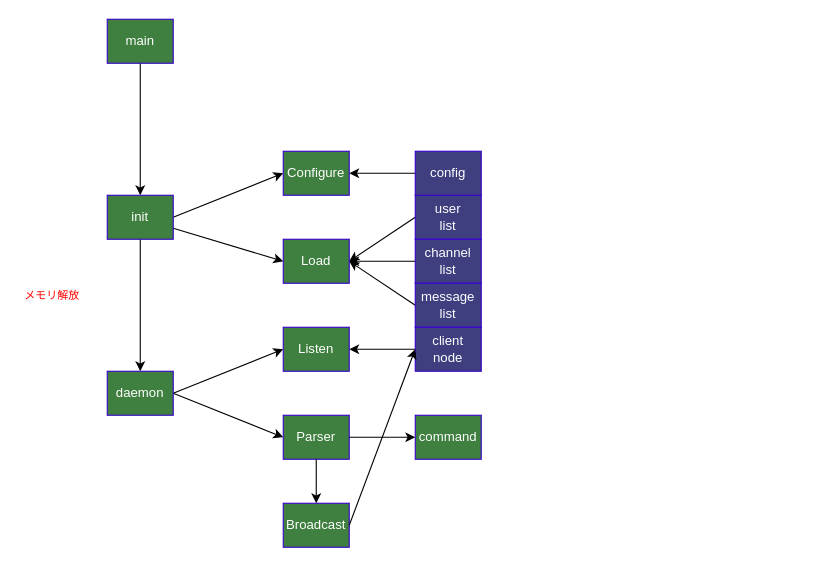
Before: page "Flow" (4 of 5) of design/irc_design.drawio in yunixuma/myIRC, a draw.io diagram. Source tidied: cells renumbered, new cells numbered last; positions are measured from the earlier drawing's top-left corner, leaving out a move shared by most shapes. Both pictures are drawn from the tidied source at 110%, with x=0, y=0 at pixel (19, 19).
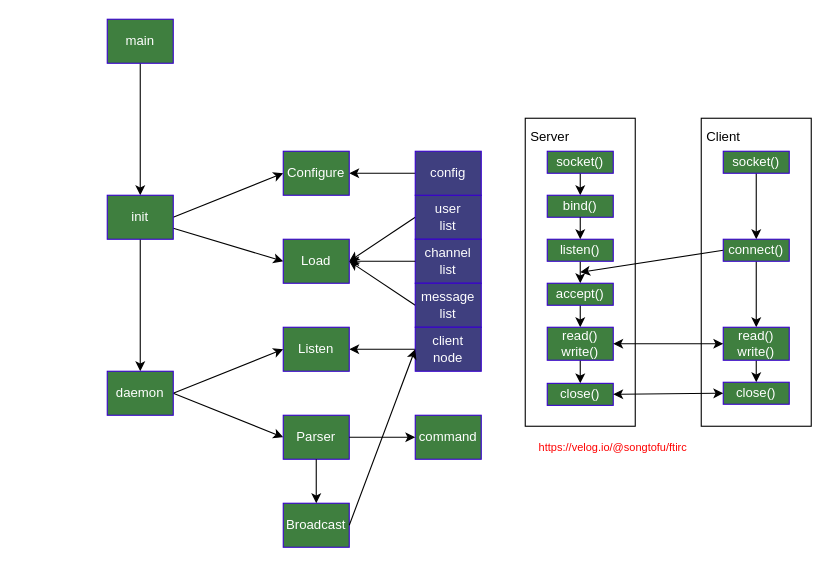
Above is the later version.

Diff of the diagram source:
```diff
@@
+    <mxCell id="31" value="Client" style="labelPosition=center;verticalLabelPosition=middle;align=left;verticalAlign=top;spacingTop=0;spacingLeft=0;spacingRight=0;spacing=5;" parent="1" vertex="1">
+      <mxGeometry x="620" y="90" width="100" height="280" as="geometry" />
+    </mxCell>
+    <mxCell id="32" value="Server" style="labelPosition=center;verticalLabelPosition=middle;align=left;verticalAlign=top;spacingTop=0;spacingLeft=0;spacingRight=0;spacing=5;" parent="1" vertex="1">
+      <mxGeometry x="460" y="90" width="100" height="280" as="geometry" />
+    </mxCell>
@@
-    <mxCell id="5" value="メモリ解放" style="rounded=0;whiteSpace=wrap;html=1;fillColor=none;strokeColor=none;fontSize=10;fontColor=#FF0000;" parent="1" vertex="1">
-      <mxGeometry y="240" width="60" height="22" as="geometry" />
+    <mxCell id="5" value="https://velog.io/@songtofu/ftirc" style="rounded=0;whiteSpace=wrap;html=1;fillColor=none;strokeColor=none;fontSize=10;fontColor=#FF0000;" parent="1" vertex="1">
+      <mxGeometry x="460" y="378" width="160" height="22" as="geometry" />
     </mxCell>
@@
+    <mxCell id="33" style="edgeStyle=none;html=1;exitX=0.5;exitY=1;exitDx=0;exitDy=0;entryX=0.5;entryY=0;entryDx=0;entryDy=0;" parent="1" edge="1" source="43" target="45">
+      <mxGeometry relative="1" as="geometry" />
+    </mxCell>
+    <mxCell id="34" style="edgeStyle=none;html=1;entryX=0.5;entryY=0;entryDx=0;entryDy=0;exitX=0.5;exitY=1;exitDx=0;exitDy=0;" parent="1" edge="1" source="39" target="48">
+      <mxGeometry relative="1" as="geometry" />
+    </mxCell>
+    <mxCell id="35" style="edgeStyle=none;html=1;exitX=0;exitY=0.5;exitDx=0;exitDy=0;" parent="1" edge="1" source="48">
+      <mxGeometry relative="1" as="geometry">
+        <mxPoint x="510" y="230" as="targetPoint" />
+      </mxGeometry>
+    </mxCell>
+    <mxCell id="36" style="edgeStyle=none;html=1;exitX=0.5;exitY=1;exitDx=0;exitDy=0;entryX=0.5;entryY=0;entryDx=0;entryDy=0;" parent="1" edge="1" source="49" target="50">
+      <mxGeometry relative="1" as="geometry" />
+    </mxCell>
+    <mxCell id="37" style="edgeStyle=none;html=1;exitX=0.5;exitY=1;exitDx=0;exitDy=0;entryX=0.5;entryY=0;entryDx=0;entryDy=0;" parent="1" edge="1" source="38" target="40">
+      <mxGeometry relative="1" as="geometry" />
+    </mxCell>
+    <mxCell id="38" value="socket()" style="rounded=0;whiteSpace=wrap;html=1;fillColor=#3F7F3F;fontColor=#ffffff;strokeColor=#3700CC;" parent="1" vertex="1">
+      <mxGeometry x="480" y="120" width="60" height="20" as="geometry" />
+    </mxCell>
+    <mxCell id="39" value="socket()" style="rounded=0;whiteSpace=wrap;html=1;fillColor=#3F7F3F;fontColor=#ffffff;strokeColor=#3700CC;" parent="1" vertex="1">
+      <mxGeometry x="640" y="120" width="60" height="20" as="geometry" />
+    </mxCell>
+    <mxCell id="40" value="bind()" style="rounded=0;whiteSpace=wrap;html=1;fillColor=#3F7F3F;fontColor=#ffffff;strokeColor=#3700CC;" parent="1" vertex="1">
+      <mxGeometry x="480" y="160" width="60" height="20" as="geometry" />
+    </mxCell>
+    <mxCell id="41" style="edgeStyle=none;html=1;exitX=0.5;exitY=1;exitDx=0;exitDy=0;entryX=0.5;entryY=0;entryDx=0;entryDy=0;" parent="1" edge="1" source="42" target="43">
+      <mxGeometry relative="1" as="geometry" />
+    </mxCell>
+    <mxCell id="42" value="listen()" style="rounded=0;whiteSpace=wrap;html=1;fillColor=#3F7F3F;fontColor=#ffffff;strokeColor=#3700CC;" parent="1" vertex="1">
+      <mxGeometry x="480" y="200" width="60" height="20" as="geometry" />
+    </mxCell>
+    <mxCell id="43" value="accept()" style="rounded=0;whiteSpace=wrap;html=1;fillColor=#3F7F3F;fontColor=#ffffff;strokeColor=#3700CC;" parent="1" vertex="1">
+      <mxGeometry x="480" y="240" width="60" height="20" as="geometry" />
+    </mxCell>
+    <mxCell id="44" style="edgeStyle=none;html=1;exitX=0.5;exitY=1;exitDx=0;exitDy=0;entryX=0.5;entryY=0;entryDx=0;entryDy=0;" parent="1" edge="1" source="45" target="46">
+      <mxGeometry relative="1" as="geometry" />
+    </mxCell>
+    <mxCell id="45" value="read()&lt;br&gt;write()" style="rounded=0;whiteSpace=wrap;html=1;fillColor=#3F7F3F;fontColor=#ffffff;strokeColor=#3700CC;" parent="1" vertex="1">
+      <mxGeometry x="480" y="280" width="60" height="30" as="geometry" />
+    </mxCell>
+    <mxCell id="46" value="close()" style="rounded=0;whiteSpace=wrap;html=1;fillColor=#3F7F3F;fontColor=#ffffff;strokeColor=#3700CC;" parent="1" vertex="1">
+      <mxGeometry x="480" y="331" width="60" height="20" as="geometry" />
+    </mxCell>
+    <mxCell id="47" style="edgeStyle=none;html=1;exitX=0.5;exitY=1;exitDx=0;exitDy=0;entryX=0.5;entryY=0;entryDx=0;entryDy=0;" parent="1" edge="1" source="48" target="49">
+      <mxGeometry relative="1" as="geometry" />
+    </mxCell>
+    <mxCell id="48" value="connect()" style="rounded=0;whiteSpace=wrap;html=1;fillColor=#3F7F3F;fontColor=#ffffff;strokeColor=#3700CC;" parent="1" vertex="1">
+      <mxGeometry x="640" y="200" width="60" height="20" as="geometry" />
+    </mxCell>
+    <mxCell id="49" value="read()&lt;br&gt;write()" style="rounded=0;whiteSpace=wrap;html=1;fillColor=#3F7F3F;fontColor=#ffffff;strokeColor=#3700CC;" parent="1" vertex="1">
+      <mxGeometry x="640" y="280" width="60" height="30" as="geometry" />
+    </mxCell>
+    <mxCell id="50" value="close()" style="rounded=0;whiteSpace=wrap;html=1;fillColor=#3F7F3F;fontColor=#ffffff;strokeColor=#3700CC;" parent="1" vertex="1">
+      <mxGeometry x="640" y="330" width="60" height="20" as="geometry" />
+    </mxCell>
+    <mxCell id="51" style="edgeStyle=none;html=1;exitX=0.5;exitY=1;exitDx=0;exitDy=0;entryX=0.5;entryY=0;entryDx=0;entryDy=0;" parent="1" edge="1" source="40" target="42">
+      <mxGeometry relative="1" as="geometry" />
+    </mxCell>
+    <mxCell id="52" style="edgeStyle=none;html=1;exitX=0;exitY=0.5;exitDx=0;exitDy=0;entryX=1;entryY=0.5;entryDx=0;entryDy=0;startArrow=classic;startFill=1;" parent="1" edge="1" source="49" target="45">
+      <mxGeometry relative="1" as="geometry" />
+    </mxCell>
+    <mxCell id="53" style="edgeStyle=none;html=1;exitX=0;exitY=0.5;exitDx=0;exitDy=0;entryX=1;entryY=0.5;entryDx=0;entryDy=0;startArrow=classic;startFill=1;" parent="1" edge="1" source="50" target="46">
+      <mxGeometry relative="1" as="geometry" />
+    </mxCell>
```
